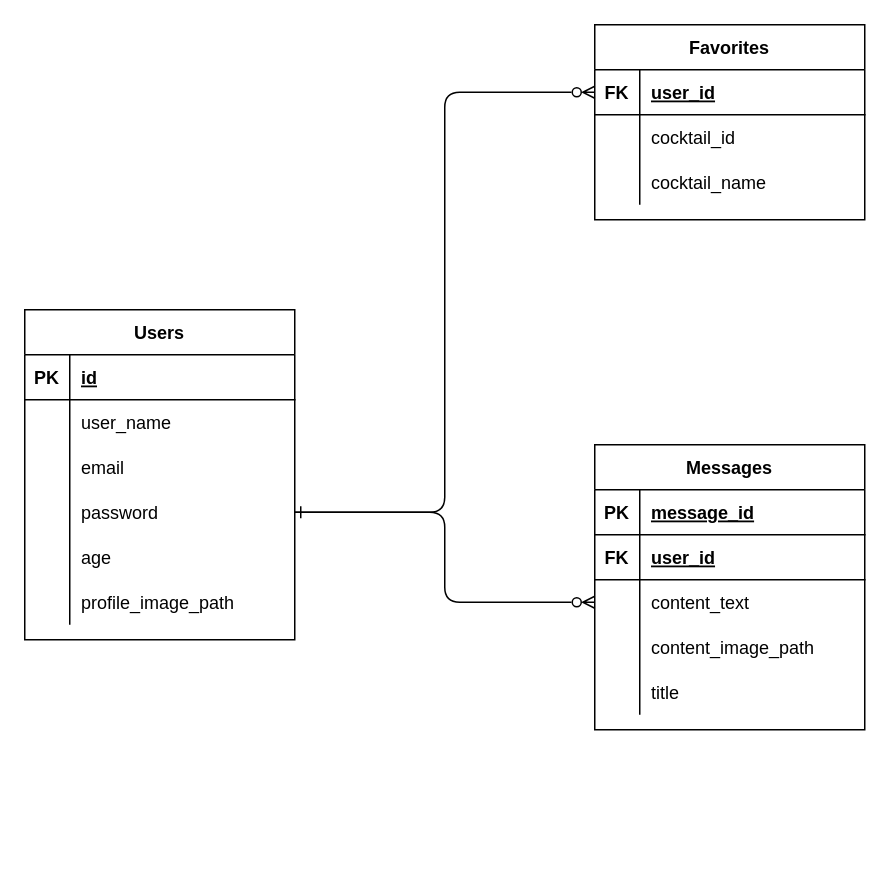
okasyun/cocktailsApp keeps this draw.io diagram as erFig.drawio. Above is the earlier version. Source tidied: cells renumbered, new cells numbered last; positions are measured from the earlier drawing's top-left corner, leaving out a move shared by most shapes. Both pictures are drawn from the tidied source at 150%, with x=0, y=0 at pixel (24, 24).
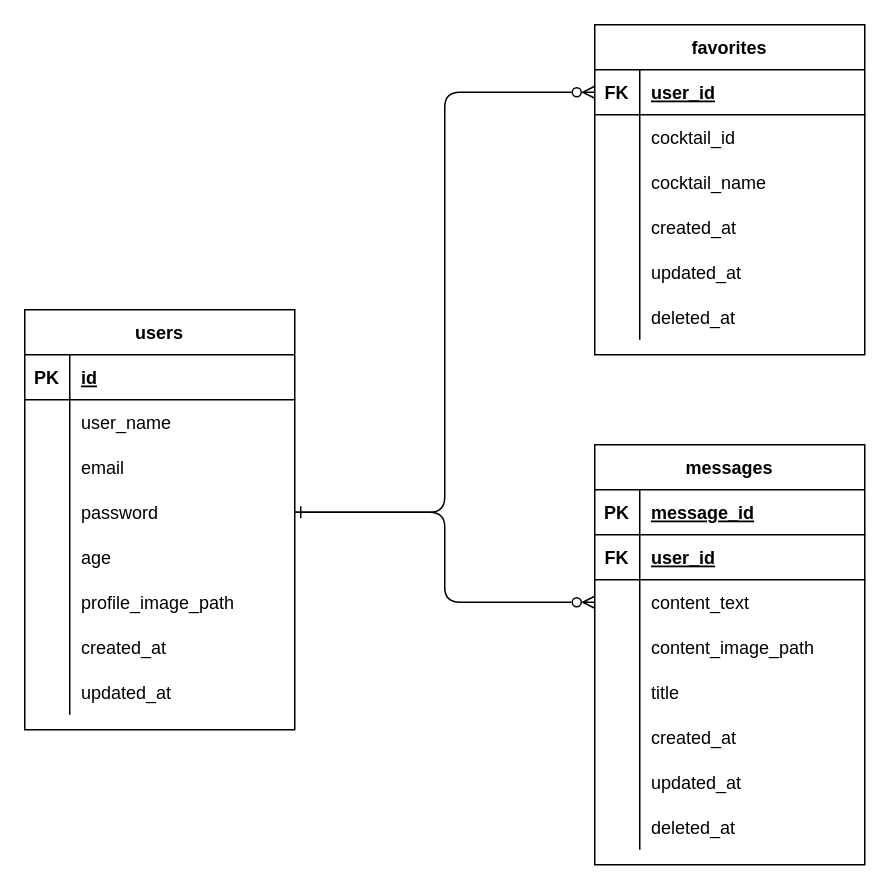
Above is the later version.

Diff of the diagram source:
```diff
@@
-    <mxCell id="2" value="Messages" style="shape=table;startSize=30;childLayout=tableLayout;rowLines=0;fontStyle=1;align=center;fillColor=default;" parent="1" vertex="1">
-      <mxGeometry x="380" y="280" width="180" height="190" as="geometry" />
+    <mxCell id="2" value="messages" style="shape=table;startSize=30;childLayout=tableLayout;rowLines=0;fontStyle=1;align=center;fillColor=default;" parent="1" vertex="1">
+      <mxGeometry x="380" y="280" width="180" height="280" as="geometry" />
     </mxCell>
@@
+    <mxCell id="49" style="shape=partialRectangle;fillColor=none;top=0;left=0;bottom=0;right=0;" parent="2" vertex="1">
+      <mxGeometry y="180" width="180" height="30" as="geometry" />
+    </mxCell>
+    <mxCell id="50" style="shape=partialRectangle;fillColor=none;top=0;left=0;bottom=0;right=0;overflow=hidden;" parent="49" vertex="1">
+      <mxGeometry width="30" height="30" as="geometry" />
+    </mxCell>
+    <mxCell id="51" value="created_at" style="shape=partialRectangle;fillColor=none;top=0;left=0;bottom=0;right=0;align=left;spacingLeft=6;overflow=hidden;" parent="49" vertex="1">
+      <mxGeometry x="30" width="150" height="30" as="geometry" />
+    </mxCell>
+    <mxCell id="52" style="shape=partialRectangle;fillColor=none;top=0;left=0;bottom=0;right=0;" parent="2" vertex="1">
+      <mxGeometry y="210" width="180" height="30" as="geometry" />
+    </mxCell>
+    <mxCell id="53" style="shape=partialRectangle;fillColor=none;top=0;left=0;bottom=0;right=0;overflow=hidden;" parent="52" vertex="1">
+      <mxGeometry width="30" height="30" as="geometry" />
+    </mxCell>
+    <mxCell id="54" value="updated_at" style="shape=partialRectangle;fillColor=none;top=0;left=0;bottom=0;right=0;align=left;spacingLeft=6;overflow=hidden;" parent="52" vertex="1">
+      <mxGeometry x="30" width="150" height="30" as="geometry" />
+    </mxCell>
+    <mxCell id="55" style="shape=partialRectangle;fillColor=none;top=0;left=0;bottom=0;right=0;" parent="2" vertex="1">
+      <mxGeometry y="240" width="180" height="30" as="geometry" />
+    </mxCell>
+    <mxCell id="56" style="shape=partialRectangle;fillColor=none;top=0;left=0;bottom=0;right=0;overflow=hidden;" parent="55" vertex="1">
+      <mxGeometry width="30" height="30" as="geometry" />
+    </mxCell>
+    <mxCell id="57" value="deleted_at" style="shape=partialRectangle;fillColor=none;top=0;left=0;bottom=0;right=0;align=left;spacingLeft=6;overflow=hidden;" parent="55" vertex="1">
+      <mxGeometry x="30" width="150" height="30" as="geometry" />
+    </mxCell>
-    <mxCell id="18" value="Favorites" style="shape=table;startSize=30;childLayout=tableLayout;rowLines=0;fontStyle=1;align=center;fillColor=default;" parent="1" vertex="1">
-      <mxGeometry x="380" width="180" height="130" as="geometry" />
+    <mxCell id="18" value="favorites" style="shape=table;startSize=30;childLayout=tableLayout;rowLines=0;fontStyle=1;align=center;fillColor=default;" parent="1" vertex="1">
+      <mxGeometry x="380" width="180" height="220" as="geometry" />
     </mxCell>
@@
+    <mxCell id="58" style="shape=partialRectangle;fillColor=none;top=0;left=0;bottom=0;right=0;" parent="18" vertex="1">
+      <mxGeometry y="120" width="180" height="30" as="geometry" />
+    </mxCell>
+    <mxCell id="59" style="shape=partialRectangle;fillColor=none;top=0;left=0;bottom=0;right=0;overflow=hidden;" parent="58" vertex="1">
+      <mxGeometry width="30" height="30" as="geometry" />
+    </mxCell>
+    <mxCell id="60" value="created_at" style="shape=partialRectangle;fillColor=none;top=0;left=0;bottom=0;right=0;align=left;spacingLeft=6;overflow=hidden;" parent="58" vertex="1">
+      <mxGeometry x="30" width="150" height="30" as="geometry" />
+    </mxCell>
+    <mxCell id="61" style="shape=partialRectangle;fillColor=none;top=0;left=0;bottom=0;right=0;" parent="18" vertex="1">
+      <mxGeometry y="150" width="180" height="30" as="geometry" />
+    </mxCell>
+    <mxCell id="62" style="shape=partialRectangle;fillColor=none;top=0;left=0;bottom=0;right=0;overflow=hidden;" parent="61" vertex="1">
+      <mxGeometry width="30" height="30" as="geometry" />
+    </mxCell>
+    <mxCell id="63" value="updated_at" style="shape=partialRectangle;fillColor=none;top=0;left=0;bottom=0;right=0;align=left;spacingLeft=6;overflow=hidden;" parent="61" vertex="1">
+      <mxGeometry x="30" width="150" height="30" as="geometry" />
+    </mxCell>
+    <mxCell id="64" style="shape=partialRectangle;fillColor=none;top=0;left=0;bottom=0;right=0;" parent="18" vertex="1">
+      <mxGeometry y="180" width="180" height="30" as="geometry" />
+    </mxCell>
+    <mxCell id="65" style="shape=partialRectangle;fillColor=none;top=0;left=0;bottom=0;right=0;overflow=hidden;" parent="64" vertex="1">
+      <mxGeometry width="30" height="30" as="geometry" />
+    </mxCell>
+    <mxCell id="66" value="deleted_at" style="shape=partialRectangle;fillColor=none;top=0;left=0;bottom=0;right=0;align=left;spacingLeft=6;overflow=hidden;" parent="64" vertex="1">
+      <mxGeometry x="30" width="150" height="30" as="geometry" />
+    </mxCell>
@@
-    <mxCell id="29" value="Users" style="shape=table;startSize=30;childLayout=tableLayout;rowLines=0;fontStyle=1;align=center;fillColor=default;" parent="1" vertex="1">
-      <mxGeometry y="190" width="180" height="220" as="geometry" />
+    <mxCell id="29" value="users" style="shape=table;startSize=30;childLayout=tableLayout;rowLines=0;fontStyle=1;align=center;fillColor=default;" parent="1" vertex="1">
+      <mxGeometry y="190" width="180" height="280" as="geometry" />
     </mxCell>
@@
+    <mxCell id="67" style="shape=partialRectangle;fillColor=none;top=0;left=0;bottom=0;right=0;" parent="29" vertex="1">
+      <mxGeometry y="210" width="180" height="30" as="geometry" />
+    </mxCell>
+    <mxCell id="68" style="shape=partialRectangle;fillColor=none;top=0;left=0;bottom=0;right=0;overflow=hidden;" parent="67" vertex="1">
+      <mxGeometry width="30" height="30" as="geometry" />
+    </mxCell>
+    <mxCell id="69" value="created_at" style="shape=partialRectangle;fillColor=none;top=0;left=0;bottom=0;right=0;align=left;spacingLeft=6;overflow=hidden;" parent="67" vertex="1">
+      <mxGeometry x="30" width="150" height="30" as="geometry" />
+    </mxCell>
+    <mxCell id="70" style="shape=partialRectangle;fillColor=none;top=0;left=0;bottom=0;right=0;" parent="29" vertex="1">
+      <mxGeometry y="240" width="180" height="30" as="geometry" />
+    </mxCell>
+    <mxCell id="71" style="shape=partialRectangle;fillColor=none;top=0;left=0;bottom=0;right=0;overflow=hidden;" parent="70" vertex="1">
+      <mxGeometry width="30" height="30" as="geometry" />
+    </mxCell>
+    <mxCell id="72" value="updated_at" style="shape=partialRectangle;fillColor=none;top=0;left=0;bottom=0;right=0;align=left;spacingLeft=6;overflow=hidden;" parent="70" vertex="1">
+      <mxGeometry x="30" width="150" height="30" as="geometry" />
+    </mxCell>
```
